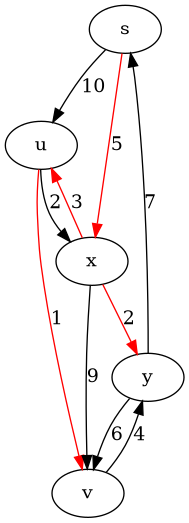
SKYTEXCoder/tugas_kelompok_daa keeps this Graphviz diagram as djikstra/graph.png. Above is the earlier version. Its source is kept beside it as djikstra/graph.dot. Source of this version:
```dot
digraph G {
    s -> u [label="10", color=black];
    s -> x [label="5", color=red];
    u -> v [label="1", color=red];
    u -> x [label="2", color=black];
    v -> y [label="4", color=black];
    x -> u [label="3", color=red];
    x -> v [label="9", color=black];
    x -> y [label="2", color=red];
    y -> s [label="7", color=black];
    y -> v [label="6", color=black];
}
```
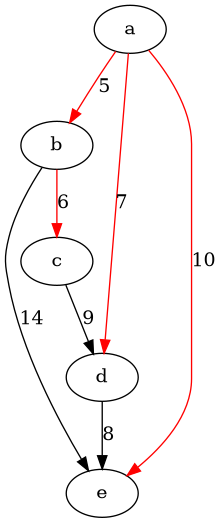
Later version of the same file.

Diff of the diagram source:
```diff
@@ -1,12 +1,9 @@
 digraph G {
-    s -> u [label="10", color=black];
-    s -> x [label="5", color=red];
-    u -> v [label="1", color=red];
-    u -> x [label="2", color=black];
-    v -> y [label="4", color=black];
-    x -> u [label="3", color=red];
-    x -> v [label="9", color=black];
-    x -> y [label="2", color=red];
-    y -> s [label="7", color=black];
-    y -> v [label="6", color=black];
+    a -> b [label="5", color=red];
+    a -> d [label="7", color=red];
+    a -> e [label="10", color=red];
+    b -> c [label="6", color=red];
+    b -> e [label="14", color=black];
+    c -> d [label="9", color=black];
+    d -> e [label="8", color=black];
 }
```
